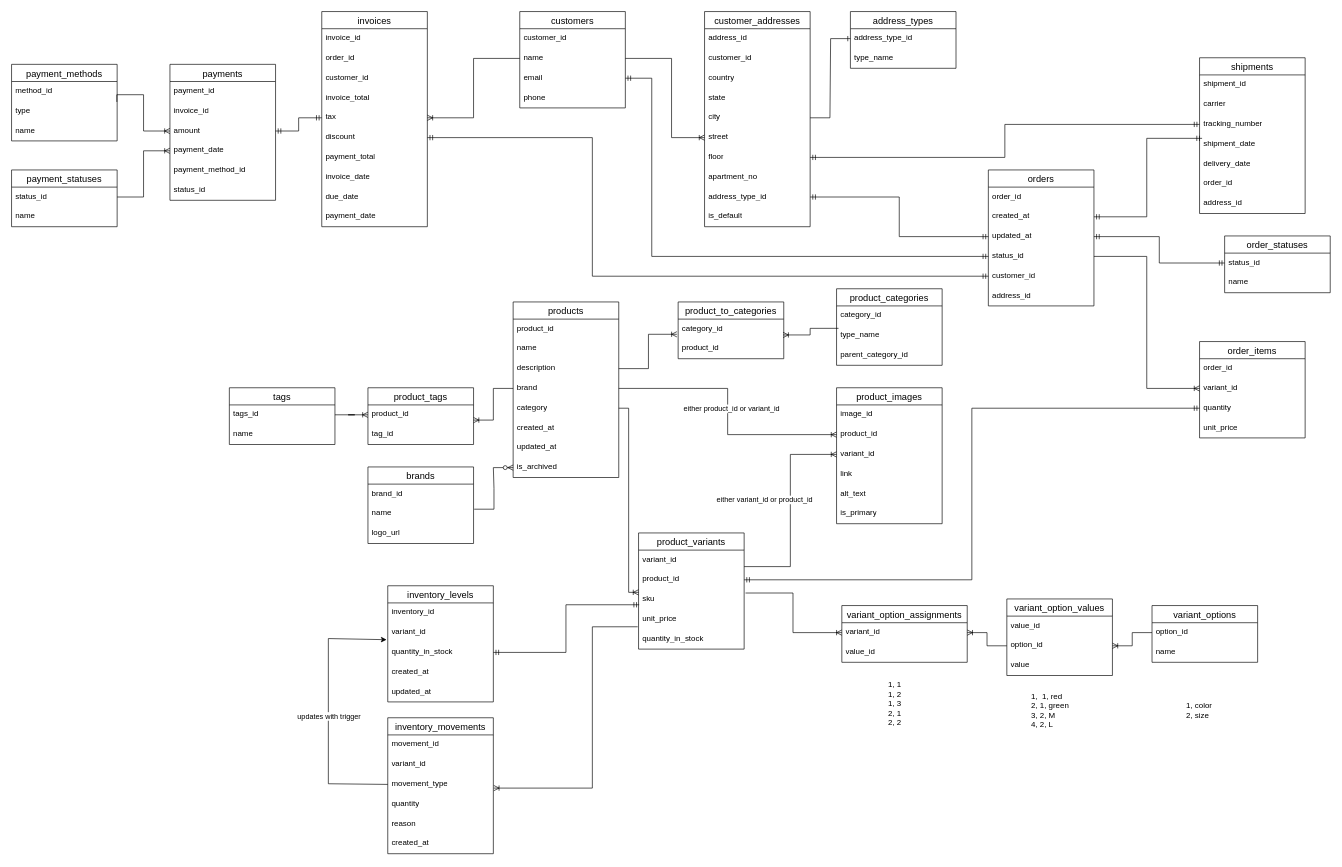
Before: diagrams/my-store-db.drawio in venelinpetrov/db-my-store, a draw.io diagram. Source tidied: cells renumbered, new cells numbered last; positions are measured from the earlier drawing's top-left corner, leaving out a move shared by most shapes. Both pictures are drawn from the tidied source at 66%, with x=0, y=0 at pixel (11, 11).
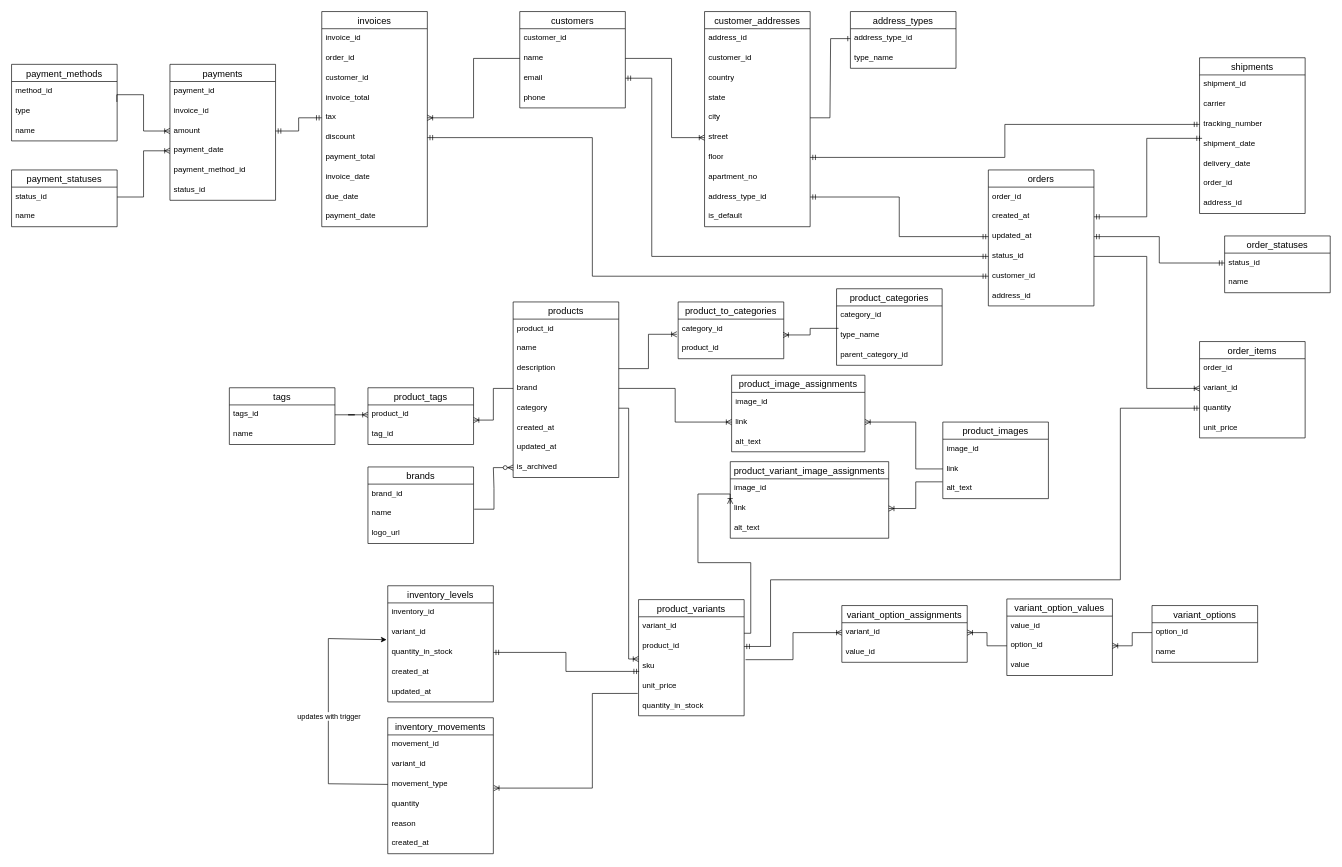
Above is the later version.

Unchanged cells that the change refers to:
```xml
<mxCell id="27" value="brand" style="text;strokeColor=none;fillColor=none;spacingLeft=4;spacingRight=4;overflow=hidden;points=[[0,0.5],[1,0.5]];portConstraint=eastwest;fontSize=12;whiteSpace=wrap;html=1;" parent="23" vertex="1">
  <mxGeometry y="116" width="160" height="30" as="geometry" />
</mxCell>
<mxCell id="46" value="variant_id" style="text;strokeColor=none;fillColor=none;spacingLeft=4;spacingRight=4;overflow=hidden;points=[[0,0.5],[1,0.5]];portConstraint=eastwest;fontSize=12;whiteSpace=wrap;html=1;" parent="45" vertex="1">
  <mxGeometry y="26" width="160" height="30" as="geometry" />
</mxCell>
<mxCell id="47" value="product_id" style="text;strokeColor=none;fillColor=none;spacingLeft=4;spacingRight=4;overflow=hidden;points=[[0,0.5],[1,0.5]];portConstraint=eastwest;fontSize=12;whiteSpace=wrap;html=1;" parent="45" vertex="1">
  <mxGeometry y="56" width="160" height="30" as="geometry" />
</mxCell>
<mxCell id="49" value="unit_price" style="text;strokeColor=none;fillColor=none;spacingLeft=4;spacingRight=4;overflow=hidden;points=[[0,0.5],[1,0.5]];portConstraint=eastwest;fontSize=12;whiteSpace=wrap;html=1;" parent="45" vertex="1">
  <mxGeometry y="116" width="160" height="30" as="geometry" />
</mxCell>
<mxCell id="90" value="quantity" style="text;strokeColor=none;fillColor=none;spacingLeft=4;spacingRight=4;overflow=hidden;points=[[0,0.5],[1,0.5]];portConstraint=eastwest;fontSize=12;whiteSpace=wrap;html=1;" parent="87" vertex="1">
  <mxGeometry y="86" width="160" height="30" as="geometry" />
</mxCell>
<mxCell id="157" value="movement_type" style="text;strokeColor=none;fillColor=none;spacingLeft=4;spacingRight=4;overflow=hidden;points=[[0,0.5],[1,0.5]];portConstraint=eastwest;fontSize=12;whiteSpace=wrap;html=1;" parent="154" vertex="1">
  <mxGeometry y="86" width="160" height="30" as="geometry" />
</mxCell>
```

The edit, as a diff of the source:
```diff
@@
     <mxCell id="36" value="product_images" style="swimlane;fontStyle=0;horizontal=1;startSize=26;align=center;fontSize=14;" parent="1" vertex="1">
-      <mxGeometry x="1250" y="570" width="160" height="206" as="geometry" />
+      <mxGeometry x="1411" y="622" width="160" height="116" as="geometry" />
     </mxCell>
@@
-    <mxCell id="38" value="product_id" style="text;strokeColor=none;fillColor=none;spacingLeft=4;spacingRight=4;overflow=hidden;points=[[0,0.5],[1,0.5]];portConstraint=eastwest;fontSize=12;whiteSpace=wrap;html=1;" parent="36" vertex="1">
-      <mxGeometry y="56" width="160" height="30" as="geometry" />
-    </mxCell>
-    <mxCell id="39" value="variant_id&lt;div&gt;&lt;br&gt;&lt;/div&gt;" style="text;strokeColor=none;fillColor=none;spacingLeft=4;spacingRight=4;overflow=hidden;points=[[0,0.5],[1,0.5]];portConstraint=eastwest;fontSize=12;whiteSpace=wrap;html=1;" parent="36" vertex="1">
-      <mxGeometry y="86" width="160" height="30" as="geometry" />
-    </mxCell>
     <mxCell id="40" value="link" style="text;strokeColor=none;fillColor=none;spacingLeft=4;spacingRight=4;overflow=hidden;points=[[0,0.5],[1,0.5]];portConstraint=eastwest;fontSize=12;whiteSpace=wrap;html=1;" parent="36" vertex="1">
-      <mxGeometry y="116" width="160" height="30" as="geometry" />
+      <mxGeometry y="56" width="160" height="30" as="geometry" />
     </mxCell>
     <mxCell id="41" value="alt_text" style="text;strokeColor=none;fillColor=none;spacingLeft=4;spacingRight=4;overflow=hidden;points=[[0,0.5],[1,0.5]];portConstraint=eastwest;fontSize=12;whiteSpace=wrap;html=1;" parent="36" vertex="1">
-      <mxGeometry y="146" width="160" height="30" as="geometry" />
+      <mxGeometry y="86" width="160" height="30" as="geometry" />
     </mxCell>
-    <mxCell id="42" value="is_primary" style="text;strokeColor=none;fillColor=none;spacingLeft=4;spacingRight=4;overflow=hidden;fontSize=12;whiteSpace=wrap;html=1;" parent="36" vertex="1">
-      <mxGeometry y="176" width="160" height="30" as="geometry" />
-    </mxCell>
-    <mxCell id="43" style="edgeStyle=orthogonalEdgeStyle;fontSize=12;html=1;endArrow=ERoneToMany;rounded=0;exitX=1;exitY=0.5;exitDx=0;exitDy=0;entryX=0;entryY=0.5;entryDx=0;entryDy=0;" parent="1" edge="1" source="27" target="38">
-      <mxGeometry relative="1" as="geometry" />
-    </mxCell>
-    <mxCell id="44" value="either product_id or variant_id" style="edgeLabel;html=1;align=center;verticalAlign=middle;" parent="43" vertex="1">
-      <mxGeometry x="0.18" y="-2" relative="1" as="geometry">
-        <mxPoint x="4" y="-42" as="offset" />
-      </mxGeometry>
-    </mxCell>
     <mxCell id="45" value="product_variants" style="swimlane;fontStyle=0;horizontal=1;startSize=26;align=center;fontSize=14;" parent="1" vertex="1">
-      <mxGeometry x="950" y="790" width="160" height="176" as="geometry" />
+      <mxGeometry x="950" y="891" width="160" height="176" as="geometry" />
     </mxCell>
@@
-    <mxCell id="63" style="edgeStyle=orthogonalEdgeStyle;fontSize=12;html=1;endArrow=ERoneToMany;rounded=0;entryX=0;entryY=0.5;entryDx=0;entryDy=0;exitX=1;exitY=0.833;exitDx=0;exitDy=0;exitPerimeter=0;" parent="1" edge="1" source="46" target="39">
-      <mxGeometry relative="1" as="geometry" />
+    <mxCell id="63" style="edgeStyle=orthogonalEdgeStyle;fontSize=12;html=1;endArrow=ERoneToMany;rounded=0;exitX=1;exitY=0.833;exitDx=0;exitDy=0;exitPerimeter=0;entryX=-0.001;entryY=0.263;entryDx=0;entryDy=0;entryPerimeter=0;" parent="1" edge="1" source="46" target="173">
+      <mxGeometry relative="1" as="geometry">
+        <Array as="points">
+          <mxPoint x="1120" y="942" />
+          <mxPoint x="1120" y="835" />
+          <mxPoint x="1040" y="835" />
+          <mxPoint x="1040" y="731" />
+        </Array>
+      </mxGeometry>
     </mxCell>
-    <mxCell id="64" value="either variant_id or product_id" style="edgeLabel;html=1;align=center;verticalAlign=middle;" parent="63" vertex="1">
-      <mxGeometry x="0.14" y="1" relative="1" as="geometry">
-        <mxPoint x="-39" y="5" as="offset" />
-      </mxGeometry>
-    </mxCell>
@@
-    <mxCell id="67" value="1,&amp;nbsp; 1, red&lt;div&gt;2, 1, green&lt;/div&gt;&lt;div&gt;3, 2, M&lt;/div&gt;&lt;div&gt;4, 2, L&lt;/div&gt;" style="text;html=1;align=left;verticalAlign=middle;strokeColor=none;fillColor=none;" parent="1" vertex="1">
-      <mxGeometry x="1543" y="1024" width="80" height="70" as="geometry" />
-    </mxCell>
-    <mxCell id="68" value="1, color&lt;div&gt;2, size&lt;/div&gt;" style="text;html=1;align=left;verticalAlign=middle;strokeColor=none;fillColor=none;" parent="1" vertex="1">
-      <mxGeometry x="1778" y="1039" width="60" height="40" as="geometry" />
-    </mxCell>
-    <mxCell id="69" value="1, 1&lt;div&gt;1, 2&lt;/div&gt;&lt;div&gt;1, 3&lt;/div&gt;&lt;div&gt;2, 1&lt;/div&gt;&lt;div&gt;2, 2&lt;/div&gt;&lt;div&gt;&lt;br&gt;&lt;/div&gt;" style="text;html=1;align=center;verticalAlign=middle;strokeColor=none;fillColor=none;" parent="1" vertex="1">
-      <mxGeometry x="1318" y="1006" width="40" height="100" as="geometry" />
-    </mxCell>
@@
     <mxCell id="93" style="edgeStyle=orthogonalEdgeStyle;fontSize=12;html=1;endArrow=ERmandOne;startArrow=ERmandOne;rounded=0;exitX=1;exitY=0.5;exitDx=0;exitDy=0;entryX=0;entryY=0.5;entryDx=0;entryDy=0;" parent="1" edge="1" source="47" target="90">
-      <mxGeometry relative="1" as="geometry" />
+      <mxGeometry relative="1" as="geometry">
+        <Array as="points">
+          <mxPoint x="1150" y="962" />
+          <mxPoint x="1150" y="861" />
+          <mxPoint x="1680" y="861" />
+          <mxPoint x="1680" y="601" />
+        </Array>
+      </mxGeometry>
     </mxCell>
@@
     <mxCell id="162" style="edgeStyle=orthogonalEdgeStyle;fontSize=12;html=1;endArrow=ERoneToMany;rounded=0;exitX=-0.008;exitY=0.872;exitDx=0;exitDy=0;exitPerimeter=0;entryX=1.004;entryY=0.686;entryDx=0;entryDy=0;entryPerimeter=0;" parent="1" edge="1" source="49" target="157">
       <mxGeometry relative="1" as="geometry">
         <Array as="points">
-          <mxPoint x="880" y="932" />
+          <mxPoint x="880" y="1033" />
           <mxPoint x="880" y="1177" />
         </Array>
       </mxGeometry>
     </mxCell>
@@
+    <mxCell id="165" value="product_image_assignments" style="swimlane;fontStyle=0;horizontal=1;startSize=26;align=center;fontSize=14;" parent="1" vertex="1">
+      <mxGeometry x="1091" y="551" width="202" height="116" as="geometry" />
+    </mxCell>
+    <mxCell id="166" value="image_id" style="text;strokeColor=none;fillColor=none;spacingLeft=4;spacingRight=4;overflow=hidden;fontSize=12;whiteSpace=wrap;html=1;" parent="165" vertex="1">
+      <mxGeometry y="26" width="202" height="30" as="geometry" />
+    </mxCell>
+    <mxCell id="167" value="link" style="text;strokeColor=none;fillColor=none;spacingLeft=4;spacingRight=4;overflow=hidden;points=[[0,0.5],[1,0.5]];portConstraint=eastwest;fontSize=12;whiteSpace=wrap;html=1;" parent="165" vertex="1">
+      <mxGeometry y="56" width="202" height="30" as="geometry" />
+    </mxCell>
+    <mxCell id="168" value="alt_text" style="text;strokeColor=none;fillColor=none;spacingLeft=4;spacingRight=4;overflow=hidden;fontSize=12;whiteSpace=wrap;html=1;" parent="165" vertex="1">
+      <mxGeometry y="86" width="202" height="30" as="geometry" />
+    </mxCell>
+    <mxCell id="169" style="edgeStyle=orthogonalEdgeStyle;fontSize=12;html=1;endArrow=ERoneToMany;rounded=0;exitX=1;exitY=0.5;exitDx=0;exitDy=0;entryX=0;entryY=0.5;entryDx=0;entryDy=0;" parent="1" edge="1" source="27" target="167">
+      <mxGeometry relative="1" as="geometry" />
+    </mxCell>
+    <mxCell id="170" style="edgeStyle=orthogonalEdgeStyle;fontSize=12;html=1;endArrow=ERoneToMany;rounded=0;entryX=1;entryY=0.5;entryDx=0;entryDy=0;exitX=0;exitY=0.5;exitDx=0;exitDy=0;" parent="1" edge="1" source="40" target="167">
+      <mxGeometry relative="1" as="geometry">
+        <Array as="points">
+          <mxPoint x="1370" y="693" />
+          <mxPoint x="1370" y="622" />
+        </Array>
+      </mxGeometry>
+    </mxCell>
+    <mxCell id="171" value="product_variant_image_assignments" style="swimlane;fontStyle=0;horizontal=1;startSize=26;align=center;fontSize=14;" parent="1" vertex="1">
+      <mxGeometry x="1089" y="682" width="240" height="116" as="geometry" />
+    </mxCell>
+    <mxCell id="172" value="image_id" style="text;strokeColor=none;fillColor=none;spacingLeft=4;spacingRight=4;overflow=hidden;fontSize=12;whiteSpace=wrap;html=1;" parent="171" vertex="1">
+      <mxGeometry y="26" width="240" height="30" as="geometry" />
+    </mxCell>
+    <mxCell id="173" value="link" style="text;strokeColor=none;fillColor=none;spacingLeft=4;spacingRight=4;overflow=hidden;points=[[0,0.5],[1,0.5]];portConstraint=eastwest;fontSize=12;whiteSpace=wrap;html=1;" parent="171" vertex="1">
+      <mxGeometry y="56" width="240" height="30" as="geometry" />
+    </mxCell>
+    <mxCell id="174" value="alt_text" style="text;strokeColor=none;fillColor=none;spacingLeft=4;spacingRight=4;overflow=hidden;fontSize=12;whiteSpace=wrap;html=1;" parent="171" vertex="1">
+      <mxGeometry y="86" width="240" height="30" as="geometry" />
+    </mxCell>
+    <mxCell id="175" style="edgeStyle=orthogonalEdgeStyle;fontSize=12;html=1;endArrow=ERoneToMany;rounded=0;entryX=1;entryY=0.5;entryDx=0;entryDy=0;exitX=-0.003;exitY=0.152;exitDx=0;exitDy=0;exitPerimeter=0;" parent="1" edge="1" source="41" target="173">
+      <mxGeometry relative="1" as="geometry" />
+    </mxCell>
```
